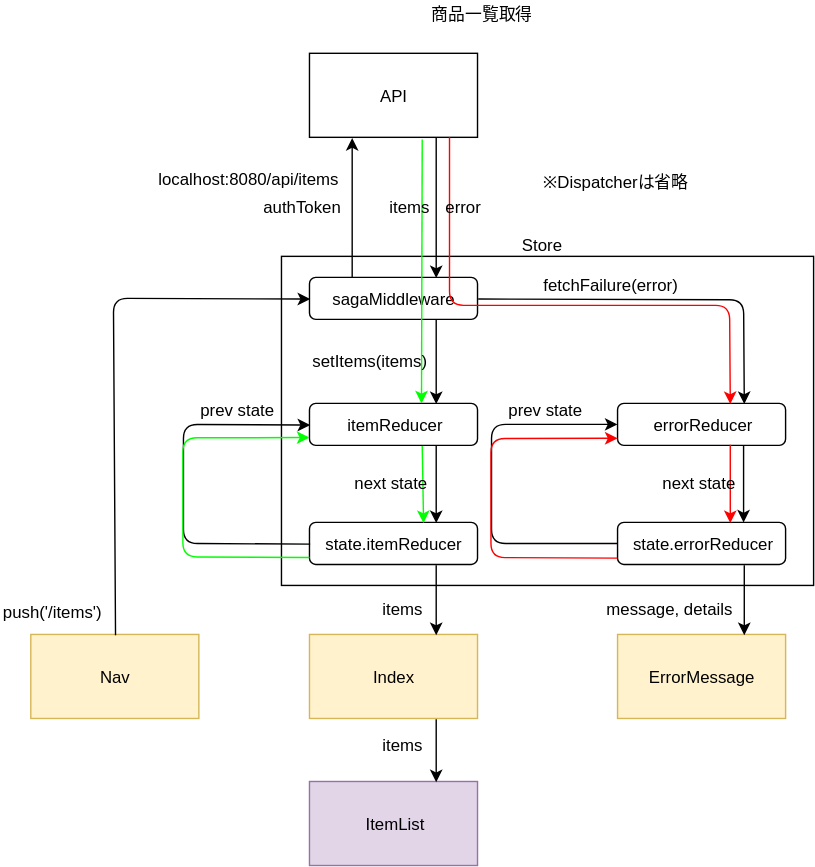
Before: diagram/dataFlow/index.svg, a diagram exported from draw.io (emgniddikur/react-app). Source tidied: cells renumbered, new cells last; positions are measured from the earlier drawing's top-left corner, leaving out a move shared by most shapes.
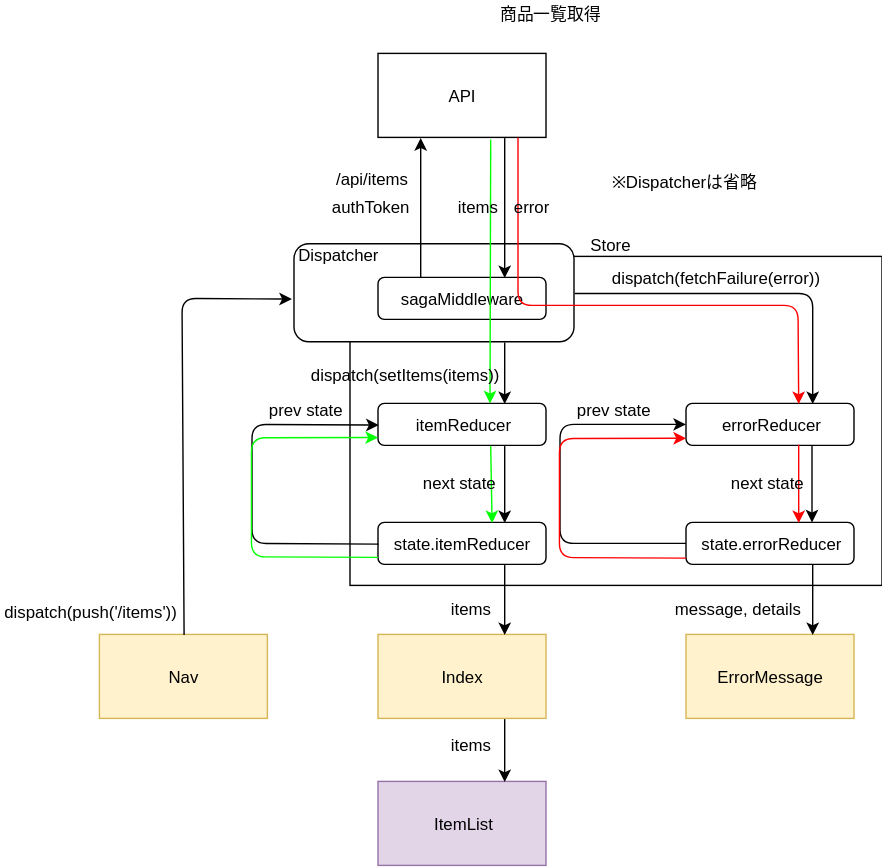
Later version of the same file.

What changed in the source:
```diff
@@ -5,6 +5,9 @@
     <mxCell id="2" style="rounded=0;whiteSpace=wrap;html=1;" parent="1" vertex="1">
       <mxGeometry x="200.5" y="182.5" width="380" height="235" as="geometry" />
     </mxCell>
+    <mxCell id="48" value="Dispatcher&amp;nbsp; &amp;nbsp; &amp;nbsp; &amp;nbsp; &amp;nbsp; &amp;nbsp; &amp;nbsp; &amp;nbsp; &amp;nbsp; &amp;nbsp; &amp;nbsp; &amp;nbsp; &amp;nbsp; &amp;nbsp; &amp;nbsp; &amp;nbsp; &amp;nbsp; &amp;nbsp; &amp;nbsp; &amp;nbsp; &amp;nbsp; &amp;nbsp; &amp;nbsp; &amp;nbsp;&lt;br&gt;&lt;br&gt;&lt;br&gt;&lt;br&gt;" style="rounded=1;whiteSpace=wrap;html=1;" parent="1" vertex="1">
+      <mxGeometry x="160.5" y="173.5" width="200" height="70" as="geometry" />
+    </mxCell>
     <mxCell id="3" value="API&lt;br&gt;" style="rounded=0;whiteSpace=wrap;html=1;" parent="1" vertex="1">
       <mxGeometry x="220.5" y="37.5" width="120" height="60" as="geometry" />
     </mxCell>
@@ -20,22 +23,22 @@
     <mxCell id="7" value="itemReducer" style="rounded=1;whiteSpace=wrap;html=1;" parent="1" vertex="1">
       <mxGeometry x="220.5" y="287.5" width="120" height="30" as="geometry" />
     </mxCell>
-    <mxCell id="8" style="endArrow=classic;html=1;entryX=0.75;entryY=0;entryDx=0;entryDy=0;exitX=0.75;exitY=1;exitDx=0;exitDy=0;" parent="1" edge="1" source="4" target="7">
+    <mxCell id="8" style="endArrow=classic;html=1;entryX=0.75;entryY=0;entryDx=0;entryDy=0;exitX=0.75;exitY=1;exitDx=0;exitDy=0;" parent="1" edge="1" source="48" target="7">
       <mxGeometry relative="1" as="geometry" />
     </mxCell>
     <mxCell id="9" value="authToken" style="text;html=1;align=left;verticalAlign=top;spacingTop=-4;" parent="1" vertex="1">
       <mxGeometry x="185.5" y="137.5" width="70" height="20" as="geometry" />
     </mxCell>
-    <mxCell id="10" value="localhost:8080/api/items" style="text;html=1;align=left;verticalAlign=top;spacingTop=-4;" parent="1" vertex="1">
-      <mxGeometry x="110.5" y="117.5" width="140" height="20" as="geometry" />
+    <mxCell id="10" value="/api/items" style="text;html=1;align=left;verticalAlign=top;spacingTop=-4;" parent="1" vertex="1">
+      <mxGeometry x="189" y="117.5" width="70" height="20" as="geometry" />
     </mxCell>
     <mxCell id="11" value="errorReducer&lt;br&gt;" style="rounded=1;whiteSpace=wrap;html=1;" parent="1" vertex="1">
       <mxGeometry x="440.5" y="287.5" width="120" height="30" as="geometry" />
     </mxCell>
-    <mxCell id="12" style="endArrow=classic;html=1;entryX=0.75;entryY=0;entryDx=0;entryDy=0;exitX=1;exitY=0.5;exitDx=0;exitDy=0;" parent="1" edge="1" source="4" target="11">
+    <mxCell id="12" style="endArrow=classic;html=1;entryX=0.75;entryY=0;entryDx=0;entryDy=0;exitX=1;exitY=0.5;exitDx=0;exitDy=0;" parent="1" edge="1" source="48" target="11">
       <mxGeometry relative="1" as="geometry">
         <Array as="points">
-          <mxPoint x="530.5" y="213.5" />
+          <mxPoint x="531" y="209" />
         </Array>
       </mxGeometry>
     </mxCell>
@@ -80,8 +83,8 @@
     <mxCell id="20" value="prev state" style="text;html=1;align=left;verticalAlign=top;spacingTop=-4;" parent="1" vertex="1">
       <mxGeometry x="360.5" y="282.5" width="70" height="20" as="geometry" />
     </mxCell>
-    <mxCell id="21" value="fetchFailure(error)" style="text;html=1;align=left;verticalAlign=top;spacingTop=-4;" parent="1" vertex="1">
-      <mxGeometry x="385.5" y="193.5" width="110" height="20" as="geometry" />
+    <mxCell id="21" value="dispatch(fetchFailure(error))" style="text;html=1;align=left;verticalAlign=top;spacingTop=-4;" parent="1" vertex="1">
+      <mxGeometry x="385.5" y="188.5" width="160" height="20" as="geometry" />
     </mxCell>
     <mxCell id="22" value="Index" style="rounded=0;whiteSpace=wrap;html=1;fillColor=#fff2cc;strokeColor=#d6b656;" parent="1" vertex="1">
       <mxGeometry x="220.5" y="452.5" width="120" height="60" as="geometry" />
@@ -113,15 +116,16 @@
     <mxCell id="31" value="items" style="text;html=1;align=left;verticalAlign=top;spacingTop=-4;" parent="1" vertex="1">
       <mxGeometry x="270.5" y="521.5" width="40" height="20" as="geometry" />
     </mxCell>
-    <mxCell id="32" style="endArrow=classic;html=1;entryX=0;entryY=0.5;entryDx=0;entryDy=0;exitX=0.5;exitY=0;exitDx=0;exitDy=0;" parent="1" edge="1" source="24" target="4">
+    <mxCell id="32" style="endArrow=classic;html=1;exitX=0.5;exitY=0;exitDx=0;exitDy=0;" parent="1" edge="1" source="24">
       <mxGeometry relative="1" as="geometry">
+        <mxPoint x="159" y="213" as="targetPoint" />
         <Array as="points">
           <mxPoint x="80.5" y="212.5" />
         </Array>
       </mxGeometry>
     </mxCell>
-    <mxCell id="33" value="push('/items')" style="text;html=1;align=left;verticalAlign=top;spacingTop=-4;" parent="1" vertex="1">
-      <mxGeometry y="426.5" width="90" height="20" as="geometry" />
+    <mxCell id="33" value="dispatch(push('/items'))" style="text;html=1;align=left;verticalAlign=top;spacingTop=-4;" parent="1" vertex="1">
+      <mxGeometry x="-48.5" y="426.5" width="140" height="20" as="geometry" />
     </mxCell>
     <mxCell id="34" style="endArrow=classic;html=1;strokeColor=#FF0000;entryX=0.667;entryY=0.013;entryDx=0;entryDy=0;entryPerimeter=0;" parent="1" edge="1" target="11">
       <mxGeometry relative="1" as="geometry">
@@ -160,8 +164,8 @@
     <mxCell id="40" value="error" style="text;html=1;align=left;verticalAlign=top;spacingTop=-4;" parent="1" vertex="1">
       <mxGeometry x="315.5" y="137.5" width="40" height="20" as="geometry" />
     </mxCell>
-    <mxCell id="41" value="setItems(items)" style="text;html=1;align=left;verticalAlign=top;spacingTop=-4;" parent="1" vertex="1">
-      <mxGeometry x="220.5" y="247.5" width="100" height="20" as="geometry" />
+    <mxCell id="41" value="dispatch(setItems(items))" style="text;html=1;align=left;verticalAlign=top;spacingTop=-4;" parent="1" vertex="1">
+      <mxGeometry x="170.5" y="257.5" width="150" height="20" as="geometry" />
     </mxCell>
     <mxCell id="42" value="next state" style="text;html=1;align=left;verticalAlign=top;spacingTop=-4;" parent="1" vertex="1">
       <mxGeometry x="470.5" y="335" width="70" height="20" as="geometry" />
```
